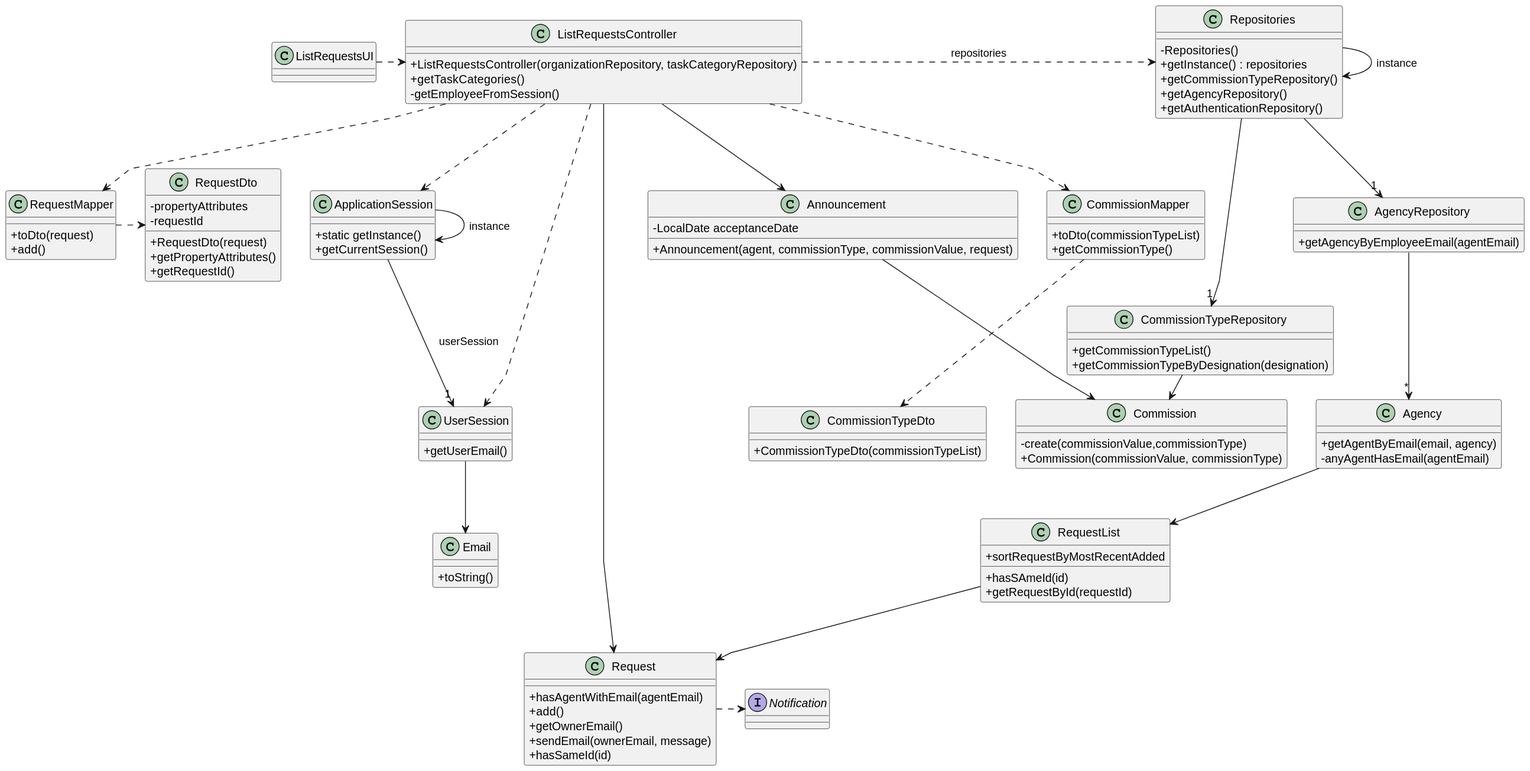
rita-barbosa/LAPR2-2223 keeps this PlantUML diagram as docs/sprintC/us008/03.design/svg/us008-class-diagram.svg. Above is the earlier version.
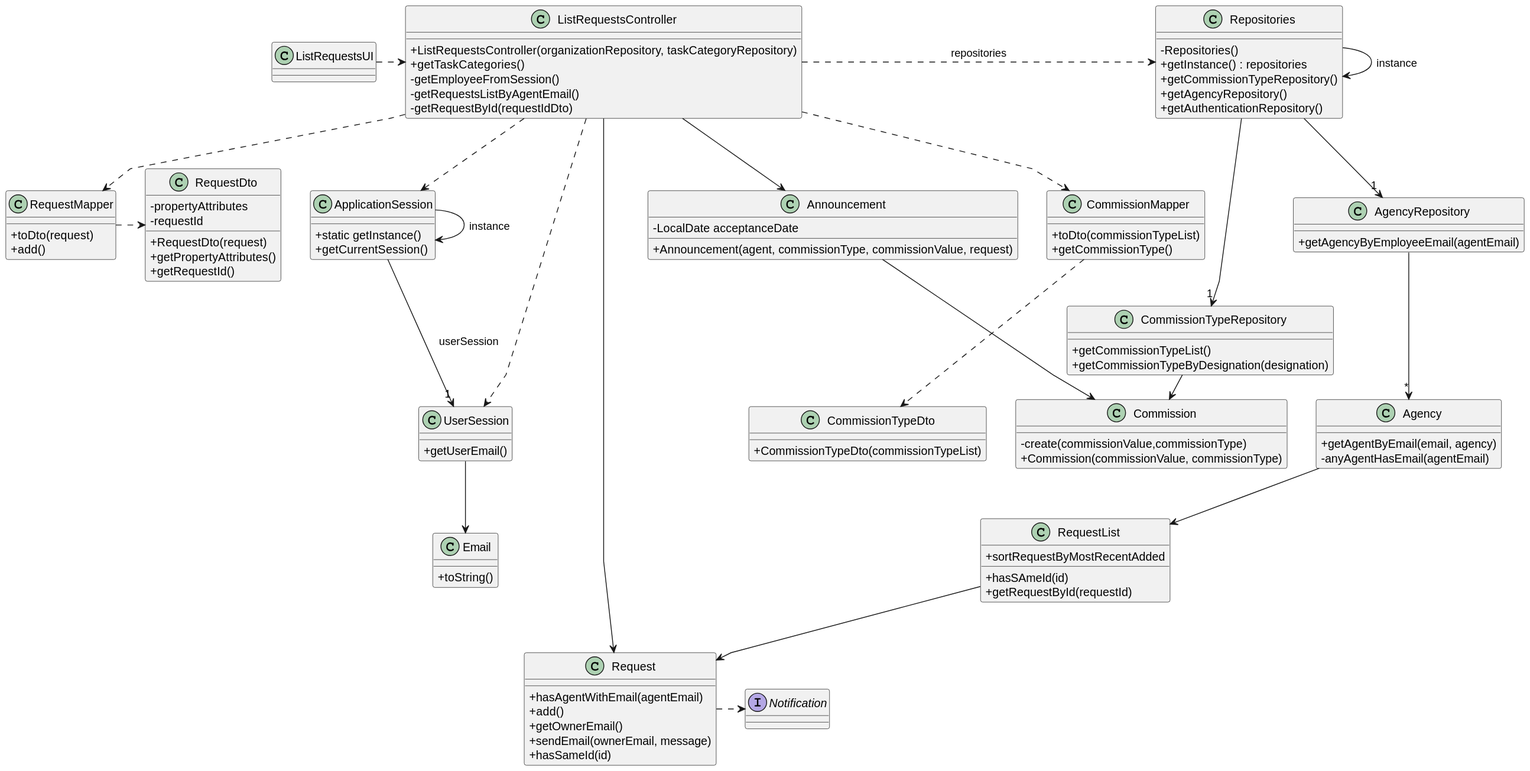
The same file after the commit.

Commit message:
Update Class Diagram + SVG [US008][Design]

What changed in the source:
```diff
@@ -18,7 +18,7 @@
 
 class CommissionTypeRepository {
     + getCommissionTypeList()
-    +getCommissionTypeByDesignation(designation)
+    + getCommissionTypeByDesignation(designation)
 }
 
 class AgencyRepository {
@@ -30,13 +30,16 @@
     + getInstance() : repositories
     + getCommissionTypeRepository()
     + getAgencyRepository()
-    +getAuthenticationRepository()
+    + getAuthenticationRepository()
 }
 
 class ListRequestsController {
     + ListRequestsController(organizationRepository, taskCategoryRepository)
     + getTaskCategories()
     - getEmployeeFromSession()
+    - getRequestsListByAgentEmail()
+    - getRequestById(requestIdDto)
+
 }
 
 class ListRequestsUI {
@@ -48,12 +51,12 @@
 
 class Announcement{
     - LocalDate acceptanceDate
-    +Announcement(agent, commissionType, commissionValue, request)
+    + Announcement(agent, commissionType, commissionValue, request)
 }
 
 class Commission{
     - create(commissionValue,commissionType)
-    +Commission(commissionValue, commissionType)
+    + Commission(commissionValue, commissionType)
 }
 
 class Agency{
```
